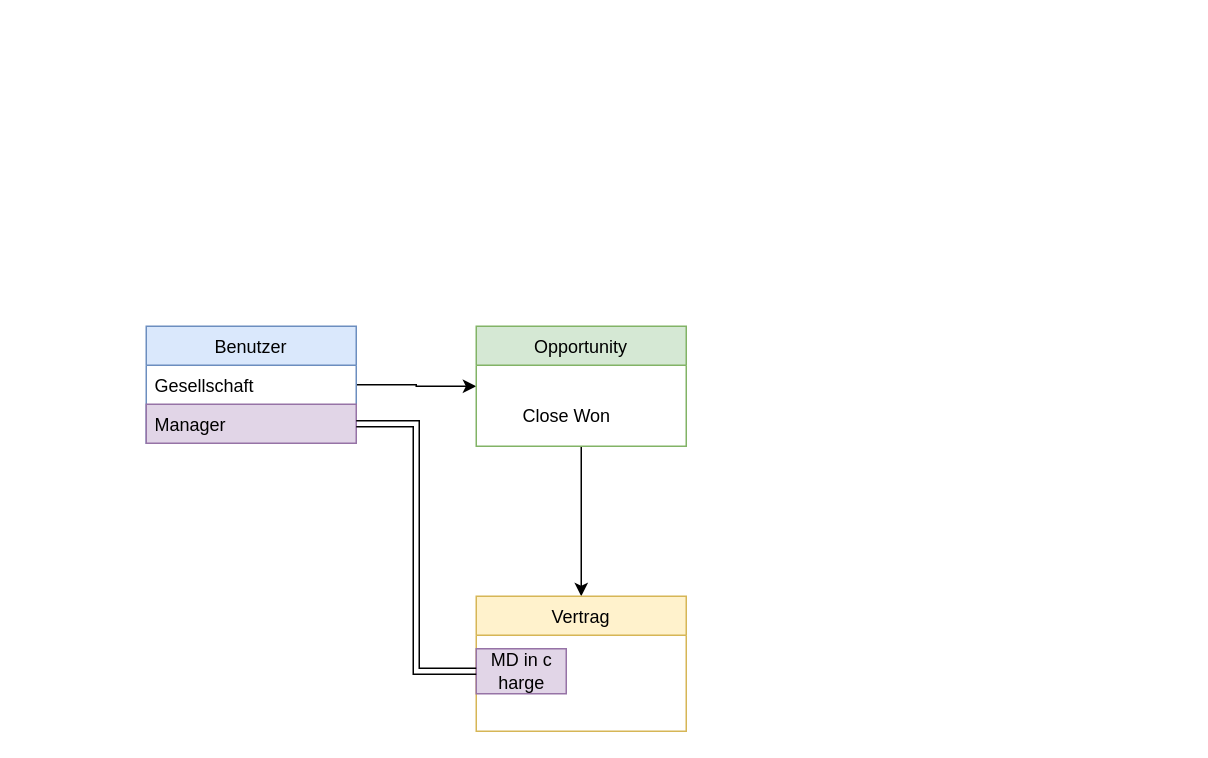
Before: User-Vertragsanlage.drawio in tuannguyenvn/SFDX_ps1, a draw.io diagram. Source tidied: cells renumbered, new cells numbered last; positions are measured from the earlier drawing's top-left corner, leaving out a move shared by most shapes. Both pictures are drawn from the tidied source at 150%, with x=0, y=0 at pixel (146, 326).
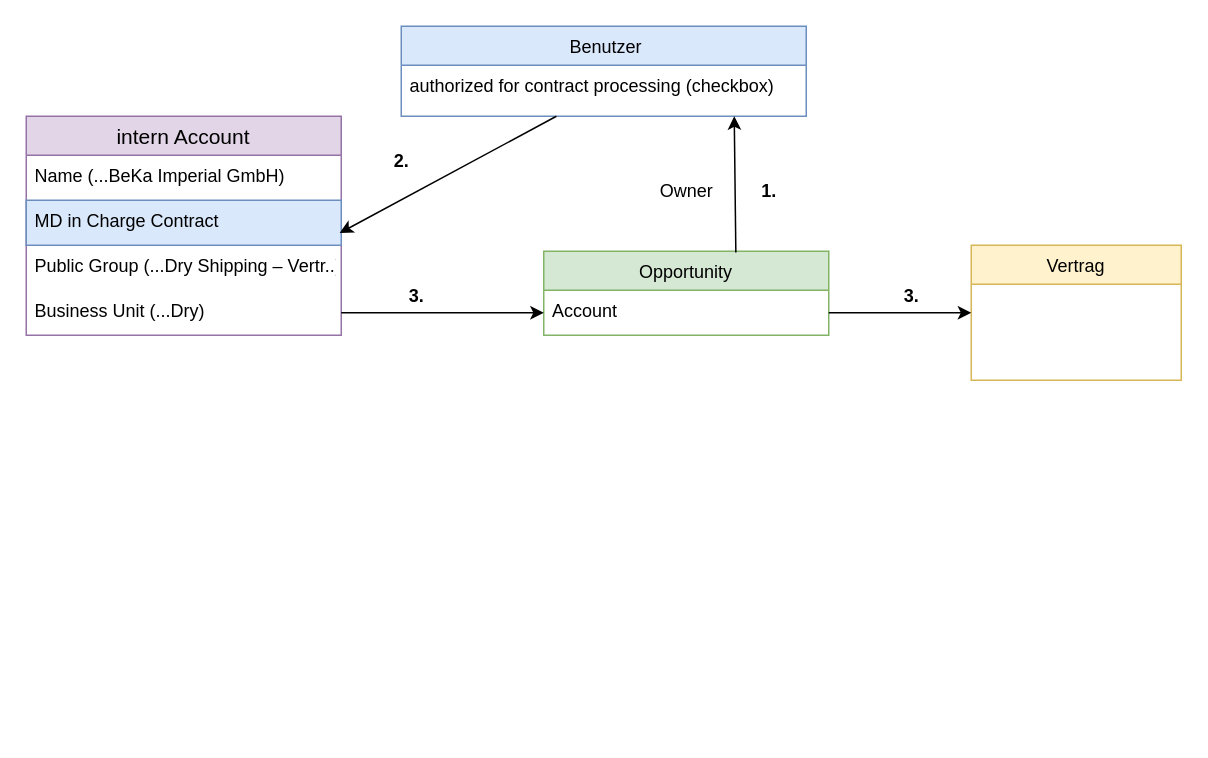
Above is the later version.

What changed in the source:
```diff
@@
-    <mxCell id="2" style="edgeStyle=orthogonalEdgeStyle;rounded=0;jettySize=auto;html=1;" parent="1" edge="1" source="3" target="7">
-      <mxGeometry relative="1" as="geometry" />
-    </mxCell>
-    <mxCell id="3" value="Benutzer" style="swimlane;fontStyle=0;horizontal=1;startSize=26;fillColor=#dae8fc;strokeColor=#6c8ebf;" parent="1" vertex="1">
-      <mxGeometry width="140" height="78" as="geometry" />
+    <mxCell id="3" value=" Benutzer" style="swimlane;fontStyle=0;horizontal=1;startSize=26;fillColor=#dae8fc;strokeColor=#6c8ebf;" parent="1" vertex="1">
+      <mxGeometry x="170" y="-200" width="270" height="60" as="geometry" />
     </mxCell>
-    <mxCell id="4" value="Gesellschaft" style="text;strokeColor=none;fillColor=none;align=left;verticalAlign=top;spacingLeft=4;spacingRight=4;overflow=hidden;" parent="3" vertex="1">
-      <mxGeometry y="26" width="140" height="26" as="geometry" />
-    </mxCell>
-    <mxCell id="5" value="Manager" style="text;strokeColor=#9673a6;fillColor=#e1d5e7;align=left;verticalAlign=top;spacingLeft=4;spacingRight=4;overflow=hidden;points=[[0,0.5],[1,0.5]];portConstraint=eastwest;" parent="3" vertex="1">
-      <mxGeometry y="52" width="140" height="26" as="geometry" />
-    </mxCell>
-    <mxCell id="6" style="edgeStyle=orthogonalEdgeStyle;rounded=0;jettySize=auto;html=1;" parent="1" edge="1" source="7" target="8">
-      <mxGeometry relative="1" as="geometry" />
-    </mxCell>
+    <mxCell id="12" value="authorized for contract processing (checkbox)" style="text;strokeColor=none;fillColor=none;spacingLeft=4;spacingRight=4;overflow=hidden;points=[[0,0.5],[1,0.5]];portConstraint=eastwest;fontSize=12;" parent="3" vertex="1">
+      <mxGeometry y="26" width="270" height="34" as="geometry" />
+    </mxCell>
     <mxCell id="7" value="Opportunity" style="swimlane;fontStyle=0;horizontal=1;startSize=26;fillColor=#d5e8d4;strokeColor=#82b366;" parent="1" vertex="1">
-      <mxGeometry x="220" width="140" height="80" as="geometry" />
+      <mxGeometry x="265" y="-50" width="190" height="56" as="geometry" />
     </mxCell>
+    <mxCell id="13" value="Account" style="text;spacingLeft=4;spacingRight=4;overflow=hidden;points=[[0,0.5],[1,0.5]];portConstraint=eastwest;fontSize=12;" parent="7" vertex="1">
+      <mxGeometry y="26" width="190" height="30" as="geometry" />
+    </mxCell>
     <mxCell id="8" value="Vertrag" style="swimlane;fontStyle=0;horizontal=1;startSize=26;fillColor=#fff2cc;strokeColor=#d6b656;" parent="1" vertex="1">
-      <mxGeometry x="220" y="180" width="140" height="90" as="geometry" />
+      <mxGeometry x="550" y="-54" width="140" height="90" as="geometry" />
     </mxCell>
-    <mxCell id="9" value="MD in c&lt;br&gt;harge" style="text;html=1;align=center;verticalAlign=middle;points=[];strokeColor=#9673a6;rounded=0;fillColor=#e1d5e7;" parent="1" vertex="1">
-      <mxGeometry x="220" y="215" width="60" height="30" as="geometry" />
-    </mxCell>
-    <mxCell id="10" value="Close Won" style="text;html=1;align=center;verticalAlign=middle;strokeColor=none;" parent="1" vertex="1">
-      <mxGeometry x="245" y="50" width="70" height="20" as="geometry" />
-    </mxCell>
-    <mxCell id="11" style="edgeStyle=orthogonalEdgeStyle;rounded=0;jettySize=auto;html=1;shape=link;" parent="1" edge="1" source="5" target="9">
-      <mxGeometry relative="1" as="geometry">
-        <Array as="points">
-          <mxPoint x="180" y="65" />
-          <mxPoint x="180" y="230" />
-        </Array>
-      </mxGeometry>
-    </mxCell>
+    <mxCell id="14" value="intern Account" style="swimlane;fontStyle=0;horizontal=1;startSize=26;align=center;fontSize=14;fillColor=#e1d5e7;strokeColor=#9673a6;" parent="1" vertex="1">
+      <mxGeometry x="-80" y="-140" width="210" height="146" as="geometry" />
+    </mxCell>
+    <mxCell id="15" value="Name (...BeKa Imperial GmbH)" style="text;strokeColor=none;fillColor=none;spacingLeft=4;spacingRight=4;overflow=hidden;fontSize=12;" parent="14" vertex="1">
+      <mxGeometry y="26" width="210" height="30" as="geometry" />
+    </mxCell>
+    <mxCell id="16" value="MD in Charge Contract" style="text;strokeColor=#6c8ebf;fillColor=#dae8fc;spacingLeft=4;spacingRight=4;overflow=hidden;points=[[0,0.5],[1,0.5]];portConstraint=eastwest;fontSize=12;" parent="14" vertex="1">
+      <mxGeometry y="56" width="210" height="30" as="geometry" />
+    </mxCell>
+    <mxCell id="17" value="Public Group (...Dry Shipping – Vertr..)" style="text;strokeColor=none;fillColor=none;spacingLeft=4;spacingRight=4;overflow=hidden;fontSize=12;" parent="14" vertex="1">
+      <mxGeometry y="86" width="210" height="30" as="geometry" />
+    </mxCell>
+    <mxCell id="18" value="Business Unit (...Dry)" style="text;strokeColor=none;fillColor=none;spacingLeft=4;spacingRight=4;overflow=hidden;points=[[0,0.5],[1,0.5]];portConstraint=eastwest;fontSize=12;" parent="14" vertex="1">
+      <mxGeometry y="116" width="210" height="30" as="geometry" />
+    </mxCell>
+    <mxCell id="19" style="edgeStyle=orthogonalEdgeStyle;rounded=0;jettySize=auto;html=1;exitX=1;exitY=0.5;exitDx=0;exitDy=0;" parent="1" edge="1" source="13" target="8">
+      <mxGeometry relative="1" as="geometry">
+        <Array as="points">
+          <mxPoint x="560" y="-9" />
+          <mxPoint x="560" y="-9" />
+        </Array>
+      </mxGeometry>
+    </mxCell>
+    <mxCell id="20" style="edgeStyle=none;rounded=0;jettySize=auto;html=1;exitX=0.674;exitY=0.015;exitDx=0;exitDy=0;exitPerimeter=0;" parent="1" edge="1" source="7">
+      <mxGeometry relative="1" as="geometry">
+        <mxPoint x="392" y="-140" as="targetPoint" />
+      </mxGeometry>
+    </mxCell>
+    <mxCell id="21" style="edgeStyle=none;rounded=0;jettySize=auto;html=1;entryX=0.995;entryY=0.728;entryDx=0;entryDy=0;entryPerimeter=0;" parent="1" edge="1" source="12" target="16">
+      <mxGeometry relative="1" as="geometry" />
+    </mxCell>
+    <mxCell id="22" value="1." style="text;html=1;align=center;verticalAlign=middle;strokeColor=none;fontStyle=1;" parent="1" vertex="1">
+      <mxGeometry x="400" y="-100" width="30" height="20" as="geometry" />
+    </mxCell>
+    <mxCell id="23" value="2." style="text;html=1;align=center;verticalAlign=middle;strokeColor=none;fontStyle=1;" parent="1" vertex="1">
+      <mxGeometry x="155" y="-120" width="30" height="20" as="geometry" />
+    </mxCell>
+    <mxCell id="24" value="3." style="text;html=1;align=center;verticalAlign=middle;strokeColor=none;fontStyle=1;" parent="1" vertex="1">
+      <mxGeometry x="495" y="-30" width="30" height="20" as="geometry" />
+    </mxCell>
+    <mxCell id="25" style="edgeStyle=none;rounded=0;jettySize=auto;html=1;exitX=1;exitY=0.5;exitDx=0;exitDy=0;entryX=0;entryY=0.5;entryDx=0;entryDy=0;" parent="1" edge="1" source="18" target="13">
+      <mxGeometry relative="1" as="geometry" />
+    </mxCell>
+    <mxCell id="26" value="3." style="text;html=1;align=center;verticalAlign=middle;strokeColor=none;fontStyle=1;" parent="1" vertex="1">
+      <mxGeometry x="165" y="-30" width="30" height="20" as="geometry" />
+    </mxCell>
+    <mxCell id="27" value="Owner" style="text;html=1;align=center;verticalAlign=middle;strokeColor=none;" parent="1" vertex="1">
+      <mxGeometry x="335" y="-100" width="50" height="20" as="geometry" />
+    </mxCell>
```
